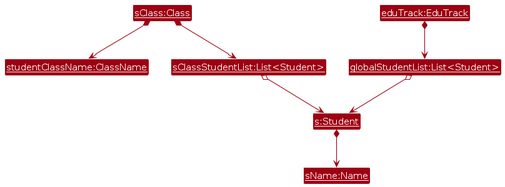
Above: diagrams/RemoveStudentObjectDiagram.png in sudarshan2401/tp (PlantUML), before the change. Its source is kept beside it as diagrams/RemoveStudentObjectDiagram.puml.
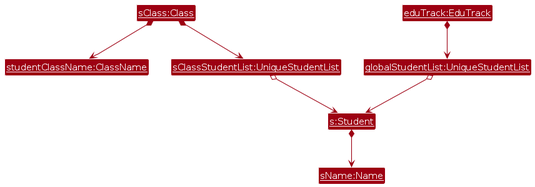
After the change.

Change to the diagram source:
```diff
@@ -8,8 +8,8 @@
 class Name as "<u>sName:Name</u>"
 class Class as "<u>sClass:Class</u>"
 class ClassName as "<u>studentClassName:ClassName</u>"
-class ClassList as "<u>sClassStudentList:List<Student></u>"
-class EduTrackList as "<u>globalStudentList:List<Student></u>"
+class ClassList as "<u>sClassStudentList:UniqueStudentList</u>"
+class EduTrackList as "<u>globalStudentList:UniqueStudentList</u>"
 class EduTrack as "<u>eduTrack:EduTrack</u>"
 
 EduTrack *--> EduTrackList
```
